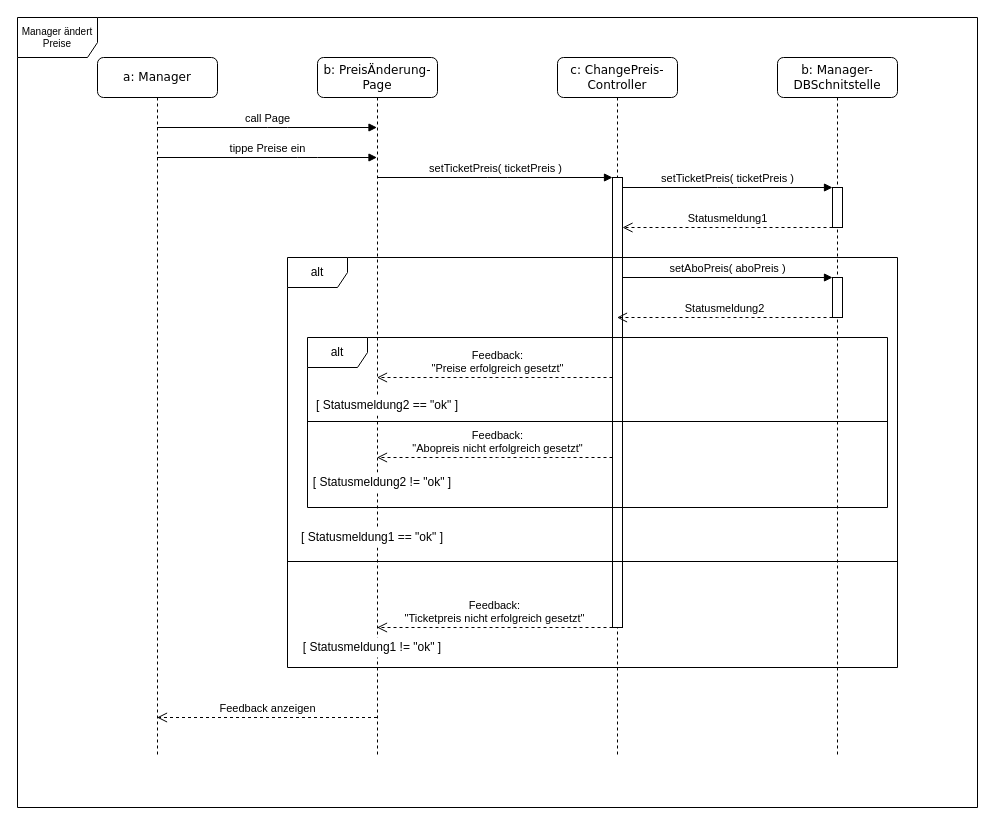
This is f(u)ml/Sequence_Diagrams/LaHMa-change_prices-sequence_diagram.drawio from Filsball/LaHMa_Carpark, a draw.io file, before an edit. Source tidied: cells renumbered, new cells numbered last; positions are measured from the earlier drawing's top-left corner, leaving out a move shared by most shapes. Both pictures are drawn from the tidied source at 100%, with x=0, y=0 at pixel (17, 17).
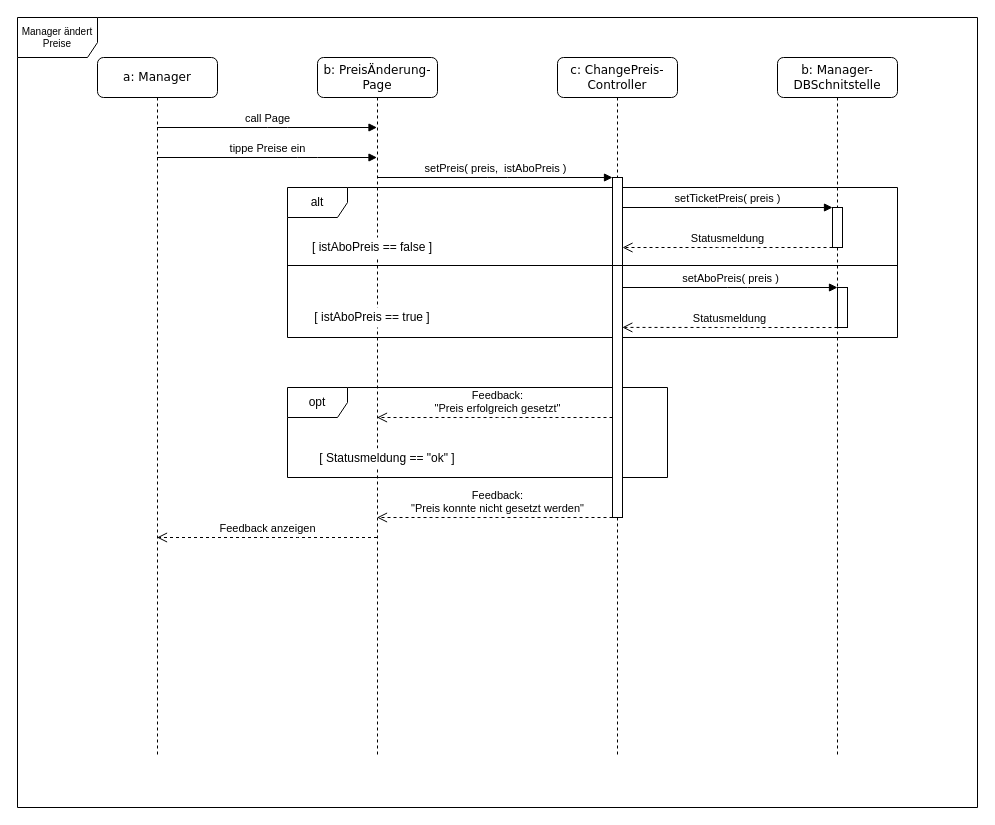
The same page after the edit.

Unchanged cells that the change refers to:
```xml
<mxCell id="3" value="b: Manager-DBSchnitstelle&lt;br&gt;" style="shape=umlLifeline;perimeter=lifelinePerimeter;whiteSpace=wrap;html=1;rounded=1;shadow=0;comic=0;labelBackgroundColor=none;strokeColor=#000000;strokeWidth=1;fillColor=#FFFFFF;fontFamily=Verdana;fontSize=12;fontColor=#000000;align=center;perimeterSpacing=0;glass=0;size=40;overflow=visible;noLabel=0;labelPadding=0;direction=east;fixDash=0;" parent="1" vertex="1">
  <mxGeometry x="760" y="40" width="120" height="700" as="geometry" />
</mxCell>
<mxCell id="6" value="b: PreisÄnderung-Page" style="shape=umlLifeline;perimeter=lifelinePerimeter;whiteSpace=wrap;html=1;outlineConnect=0;rounded=1;shadow=0;comic=0;labelBackgroundColor=none;strokeColor=#000000;strokeWidth=1;fillColor=#FFFFFF;fontFamily=Verdana;fontSize=12;fontColor=#000000;align=center;size=40;" parent="1" vertex="1">
  <mxGeometry x="300" y="40" width="120" height="700" as="geometry" />
</mxCell>
<mxCell id="7" value="c: ChangePreis-Controller&lt;br&gt;" style="shape=umlLifeline;perimeter=lifelinePerimeter;whiteSpace=wrap;html=1;outlineConnect=0;rounded=1;shadow=0;comic=0;labelBackgroundColor=none;strokeColor=#000000;strokeWidth=1;fillColor=#FFFFFF;fontFamily=Verdana;fontSize=12;fontColor=#000000;align=center;size=40;" parent="1" vertex="1">
  <mxGeometry x="540" y="40" width="120" height="700" as="geometry" />
</mxCell>
<mxCell id="9" value="a: Manager" style="shape=umlLifeline;perimeter=lifelinePerimeter;whiteSpace=wrap;html=1;outlineConnect=0;rounded=1;shadow=0;comic=0;labelBackgroundColor=none;strokeColor=#000000;strokeWidth=1;fillColor=#FFFFFF;fontFamily=Verdana;fontSize=12;fontColor=#000000;align=center;size=40;" parent="1" vertex="1">
  <mxGeometry x="80" y="40" width="120" height="700" as="geometry" />
</mxCell>
```

Change to the diagram source:
```diff
@@
+    <mxCell id="28" value="alt" style="shape=umlFrame;whiteSpace=wrap;html=1;" parent="1" vertex="1">
+      <mxGeometry x="270" y="170" width="610" height="150" as="geometry" />
+    </mxCell>
+    <mxCell id="27" value="opt" style="shape=umlFrame;whiteSpace=wrap;html=1;" parent="1" vertex="1">
+      <mxGeometry x="270" y="370" width="380" height="90" as="geometry" />
+    </mxCell>
@@
     <mxCell id="4" style="html=1;points=[];perimeter=orthogonalPerimeter;" parent="3" vertex="1">
-      <mxGeometry x="55" y="130" width="10" height="40" as="geometry" />
+      <mxGeometry x="55" y="150" width="10" height="40" as="geometry" />
     </mxCell>
     <mxCell id="5" style="html=1;points=[];perimeter=orthogonalPerimeter;" parent="3" vertex="1">
-      <mxGeometry x="55" y="220" width="10" height="40" as="geometry" />
+      <mxGeometry x="60" y="230" width="10" height="40" as="geometry" />
     </mxCell>
@@
     <mxCell id="8" style="html=1;points=[];perimeter=orthogonalPerimeter;" parent="7" vertex="1">
-      <mxGeometry x="55" y="120" width="10" height="450" as="geometry" />
+      <mxGeometry x="55" y="120" width="10" height="340" as="geometry" />
     </mxCell>
@@
     <mxCell id="11" value="Feedback anzeigen" style="html=1;verticalAlign=bottom;endArrow=open;dashed=1;endSize=8;edgeStyle=orthogonalEdgeStyle;" parent="1" edge="1" source="6" target="9">
       <mxGeometry relative="1" as="geometry">
         <Array as="points">
-          <mxPoint x="250" y="700" />
-          <mxPoint x="250" y="700" />
+          <mxPoint x="270" y="520" />
+          <mxPoint x="270" y="520" />
         </Array>
       </mxGeometry>
     </mxCell>
@@
-    <mxCell id="13" value="setTicketPreis( ticketPreis )" style="html=1;verticalAlign=bottom;endArrow=block;edgeStyle=orthogonalEdgeStyle;" parent="1" edge="1" source="6" target="8">
+    <mxCell id="13" value="setPreis( preis,&amp;nbsp; istAboPreis )" style="html=1;verticalAlign=bottom;endArrow=block;edgeStyle=orthogonalEdgeStyle;" parent="1" edge="1" source="6" target="8">
       <mxGeometry relative="1" as="geometry">
         <Array as="points">
           <mxPoint x="480" y="160" />
           <mxPoint x="480" y="160" />
         </Array>
       </mxGeometry>
     </mxCell>
-    <mxCell id="14" value="setTicketPreis( ticketPreis )" style="html=1;verticalAlign=bottom;endArrow=block;edgeStyle=orthogonalEdgeStyle;" parent="1" edge="1" source="8" target="4">
+    <mxCell id="14" value="setTicketPreis( preis )" style="html=1;verticalAlign=bottom;endArrow=block;edgeStyle=orthogonalEdgeStyle;" parent="1" edge="1" source="8" target="4">
       <mxGeometry relative="1" as="geometry">
         <Array as="points">
-          <mxPoint x="710" y="170" />
-          <mxPoint x="710" y="170" />
+          <mxPoint x="710" y="190" />
+          <mxPoint x="710" y="190" />
         </Array>
       </mxGeometry>
     </mxCell>
-    <mxCell id="15" value="Statusmeldung1" style="html=1;verticalAlign=bottom;endArrow=open;dashed=1;endSize=8;endFill=0;edgeStyle=orthogonalEdgeStyle;" parent="1" edge="1" source="4" target="8">
+    <mxCell id="15" value="Statusmeldung" style="html=1;verticalAlign=bottom;endArrow=open;dashed=1;endSize=8;endFill=0;edgeStyle=orthogonalEdgeStyle;" parent="1" edge="1" source="4" target="8">
       <mxGeometry relative="1" as="geometry">
         <Array as="points">
-          <mxPoint x="720" y="210" />
-          <mxPoint x="720" y="210" />
+          <mxPoint x="710" y="230" />
+          <mxPoint x="710" y="230" />
         </Array>
       </mxGeometry>
     </mxCell>
-    <mxCell id="16" value="[ Statusmeldung1 == &quot;ok&quot; ]" style="text;html=1;strokeColor=none;fillColor=#ffffff;align=center;verticalAlign=middle;whiteSpace=wrap;rounded=0;" parent="1" vertex="1">
-      <mxGeometry x="280" y="510" width="150" height="20" as="geometry" />
+    <mxCell id="16" value="[&amp;nbsp;&lt;span&gt;istAboPreis&amp;nbsp;&lt;/span&gt;== false ]" style="text;html=1;strokeColor=none;fillColor=#ffffff;align=center;verticalAlign=middle;whiteSpace=wrap;rounded=0;" parent="1" vertex="1">
+      <mxGeometry x="280" y="220" width="150" height="20" as="geometry" />
     </mxCell>
     <mxCell id="17" style="line;strokeWidth=1;fillColor=none;align=left;verticalAlign=middle;spacingTop=-1;spacingLeft=3;spacingRight=3;labelPosition=right;" parent="1" vertex="1">
-      <mxGeometry x="270" y="540" width="610" height="8" as="geometry" />
+      <mxGeometry x="270" y="244" width="610" height="8" as="geometry" />
     </mxCell>
-    <mxCell id="18" value="setAboPreis( aboPreis )" style="html=1;verticalAlign=bottom;endArrow=block;entryX=0;entryY=0;" parent="1" edge="1" source="8" target="5">
-      <mxGeometry relative="1" as="geometry" />
+    <mxCell id="18" value="setAboPreis( preis )" style="html=1;verticalAlign=bottom;endArrow=block;edgeStyle=orthogonalEdgeStyle;" parent="1" edge="1" source="8" target="5">
+      <mxGeometry relative="1" as="geometry">
+        <Array as="points">
+          <mxPoint x="720" y="270" />
+          <mxPoint x="720" y="270" />
+        </Array>
+      </mxGeometry>
     </mxCell>
-    <mxCell id="19" value="Statusmeldung2" style="html=1;verticalAlign=bottom;endArrow=open;dashed=1;endSize=8;edgeStyle=orthogonalEdgeStyle;" parent="1" edge="1" source="5" target="7">
+    <mxCell id="19" value="Statusmeldung" style="html=1;verticalAlign=bottom;endArrow=open;dashed=1;endSize=8;edgeStyle=orthogonalEdgeStyle;" parent="1" edge="1" source="5">
       <mxGeometry relative="1" as="geometry">
+        <mxPoint x="604.8" y="309.9" as="targetPoint" />
         <Array as="points">
-          <mxPoint x="710" y="300" />
-          <mxPoint x="710" y="300" />
+          <mxPoint x="715" y="310" />
+          <mxPoint x="715" y="310" />
         </Array>
       </mxGeometry>
     </mxCell>
-    <mxCell id="20" style="line;strokeWidth=1;fillColor=none;align=left;verticalAlign=middle;spacingTop=-1;spacingLeft=3;spacingRight=3;labelPosition=right;" parent="1" vertex="1">
-      <mxGeometry x="290" y="400" width="580" height="8" as="geometry" />
-    </mxCell>
-    <mxCell id="21" value="[ Statusmeldung2 != &quot;ok&quot; ]" style="text;html=1;strokeColor=none;fillColor=#ffffff;align=center;verticalAlign=middle;whiteSpace=wrap;rounded=0;spacing=0;" parent="1" vertex="1">
-      <mxGeometry x="290" y="455" width="150" height="20" as="geometry" />
-    </mxCell>
-    <mxCell id="22" value="[ Statusmeldung2 == &quot;ok&quot; ]" style="text;html=1;strokeColor=none;fillColor=#ffffff;align=center;verticalAlign=middle;whiteSpace=wrap;rounded=0;" parent="1" vertex="1">
-      <mxGeometry x="295" y="378" width="150" height="20" as="geometry" />
+    <mxCell id="22" value="[ Statusmeldung == &quot;ok&quot; ]" style="text;html=1;strokeColor=none;fillColor=#ffffff;align=center;verticalAlign=middle;whiteSpace=wrap;rounded=0;" parent="1" vertex="1">
+      <mxGeometry x="295" y="431" width="150" height="20" as="geometry" />
     </mxCell>
-    <mxCell id="23" value="[ Statusmeldung1 != &quot;ok&quot; ]" style="text;html=1;strokeColor=none;fillColor=#ffffff;align=center;verticalAlign=middle;whiteSpace=wrap;rounded=0;" parent="1" vertex="1">
-      <mxGeometry x="280" y="620" width="150" height="20" as="geometry" />
+    <mxCell id="23" value="[&amp;nbsp;istAboPreis&amp;nbsp;== true ]" style="text;html=1;strokeColor=none;fillColor=#ffffff;align=center;verticalAlign=middle;whiteSpace=wrap;rounded=0;" parent="1" vertex="1">
+      <mxGeometry x="280" y="290" width="150" height="20" as="geometry" />
     </mxCell>
-    <mxCell id="24" value="Feedback:&lt;br&gt;&quot;Preise erfolgreich gesetzt&quot;" style="html=1;verticalAlign=bottom;endArrow=open;dashed=1;endSize=8;edgeStyle=orthogonalEdgeStyle;" parent="1" edge="1" source="8" target="6">
+    <mxCell id="24" value="Feedback:&lt;br&gt;&quot;Preis erfolgreich gesetzt&quot;" style="html=1;verticalAlign=bottom;endArrow=open;dashed=1;endSize=8;edgeStyle=orthogonalEdgeStyle;" parent="1" edge="1" source="8" target="6">
       <mxGeometry x="0.23" y="-30" relative="1" as="geometry">
         <Array as="points">
-          <mxPoint x="450" y="360" />
-          <mxPoint x="450" y="360" />
+          <mxPoint x="470" y="400" />
+          <mxPoint x="470" y="400" />
         </Array>
         <mxPoint x="30" y="30" as="offset" />
       </mxGeometry>
     </mxCell>
-    <mxCell id="25" value="Feedback:&lt;br&gt;&quot;Abopreis nicht erfolgreich gesetzt&quot;" style="html=1;verticalAlign=bottom;endArrow=open;dashed=1;endSize=8;edgeStyle=orthogonalEdgeStyle;" parent="1" edge="1" source="8" target="6">
+    <mxCell id="25" value="Feedback:&lt;br&gt;&quot;Preis konnte nicht gesetzt werden&quot;" style="html=1;verticalAlign=bottom;endArrow=open;dashed=1;endSize=8;edgeStyle=orthogonalEdgeStyle;" parent="1" edge="1" source="8" target="6">
       <mxGeometry x="0.06" y="-10" relative="1" as="geometry">
         <Array as="points">
-          <mxPoint x="470" y="440" />
-          <mxPoint x="470" y="440" />
+          <mxPoint x="480" y="500" />
+          <mxPoint x="480" y="500" />
         </Array>
         <mxPoint x="10" y="10" as="offset" />
       </mxGeometry>
     </mxCell>
-    <mxCell id="26" value="Feedback: &lt;br&gt;&quot;Ticketpreis nicht erfolgreich gesetzt&quot;" style="html=1;verticalAlign=bottom;endArrow=open;dashed=1;endSize=8;edgeStyle=orthogonalEdgeStyle;" parent="1" edge="1" source="8" target="6">
-      <mxGeometry relative="1" as="geometry">
-        <Array as="points">
-          <mxPoint x="480" y="610" />
-          <mxPoint x="480" y="610" />
-        </Array>
-      </mxGeometry>
-    </mxCell>
-    <mxCell id="27" value="alt" style="shape=umlFrame;whiteSpace=wrap;html=1;" parent="1" vertex="1">
-      <mxGeometry x="290" y="320" width="580" height="170" as="geometry" />
-    </mxCell>
-    <mxCell id="28" value="alt" style="shape=umlFrame;whiteSpace=wrap;html=1;" parent="1" vertex="1">
-      <mxGeometry x="270" y="240" width="610" height="410" as="geometry" />
-    </mxCell>
```
